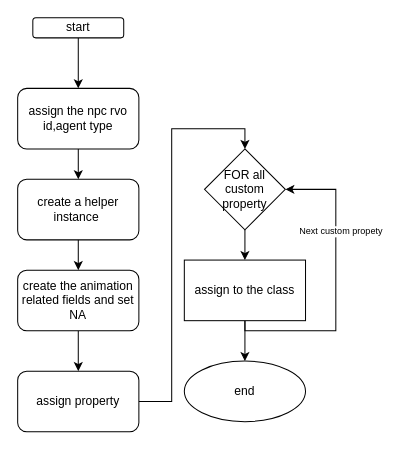
Earlier version of the draw.io diagram props/constructor.drawio (sivagit/diagrams). Source tidied: cells renumbered, new cells numbered last; positions are measured from the earlier drawing's top-left corner, leaving out a move shared by most shapes. Both pictures are drawn from the tidied source at 101%, with x=0, y=0 at pixel (17, 17).
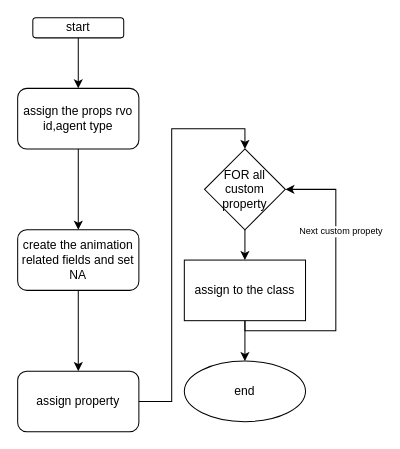
After the change.

Diff of the diagram source:
```diff
@@
-    <mxCell id="4" style="edgeStyle=orthogonalEdgeStyle;rounded=0;jettySize=auto;html=1;" parent="1" edge="1" source="5" target="7">
-      <mxGeometry relative="1" as="geometry" />
-    </mxCell>
+    <mxCell id="19" style="edgeStyle=orthogonalEdgeStyle;rounded=0;jettySize=auto;html=1;entryX=0.5;entryY=0;entryDx=0;entryDy=0;" parent="1" edge="1" source="5" target="9">
+      <mxGeometry relative="1" as="geometry" />
+    </mxCell>
-    <mxCell id="5" value="assign the npc rvo id,agent type" style="whiteSpace=wrap;html=1;rounded=1;" parent="1" vertex="1">
+    <mxCell id="5" value="assign the props rvo id,agent type" style="whiteSpace=wrap;html=1;rounded=1;" parent="1" vertex="1">
       <mxGeometry y="70" width="120" height="60" as="geometry" />
     </mxCell>
-    <mxCell id="6" style="edgeStyle=orthogonalEdgeStyle;rounded=0;jettySize=auto;html=1;" parent="1" edge="1" source="7" target="9">
-      <mxGeometry relative="1" as="geometry" />
-    </mxCell>
-    <mxCell id="7" value="create a helper instance&amp;nbsp;" style="whiteSpace=wrap;html=1;rounded=1;" parent="1" vertex="1">
-      <mxGeometry y="160" width="120" height="60" as="geometry" />
-    </mxCell>
@@
     <mxCell id="9" value="create the animation related fields and set NA" style="whiteSpace=wrap;html=1;rounded=1;" parent="1" vertex="1">
-      <mxGeometry y="250" width="120" height="60" as="geometry" />
+      <mxGeometry y="210" width="120" height="60" as="geometry" />
     </mxCell>
```
